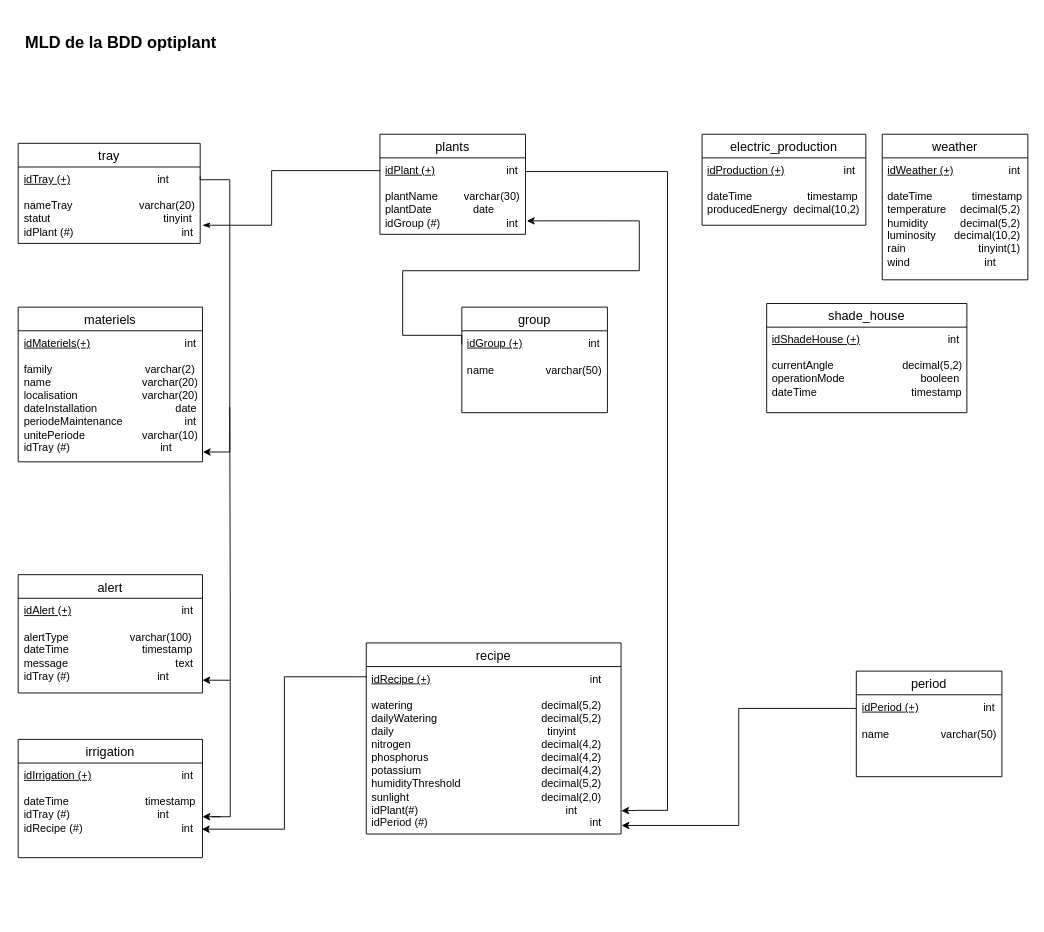
Before: MLD.drawio in SAE601/BDD, a draw.io diagram. Source tidied: cells renumbered, new cells numbered last; positions are measured from the earlier drawing's top-left corner, leaving out a move shared by most shapes. Both pictures are drawn from the tidied source at 91%, with x=0, y=0 at pixel (15, 15).
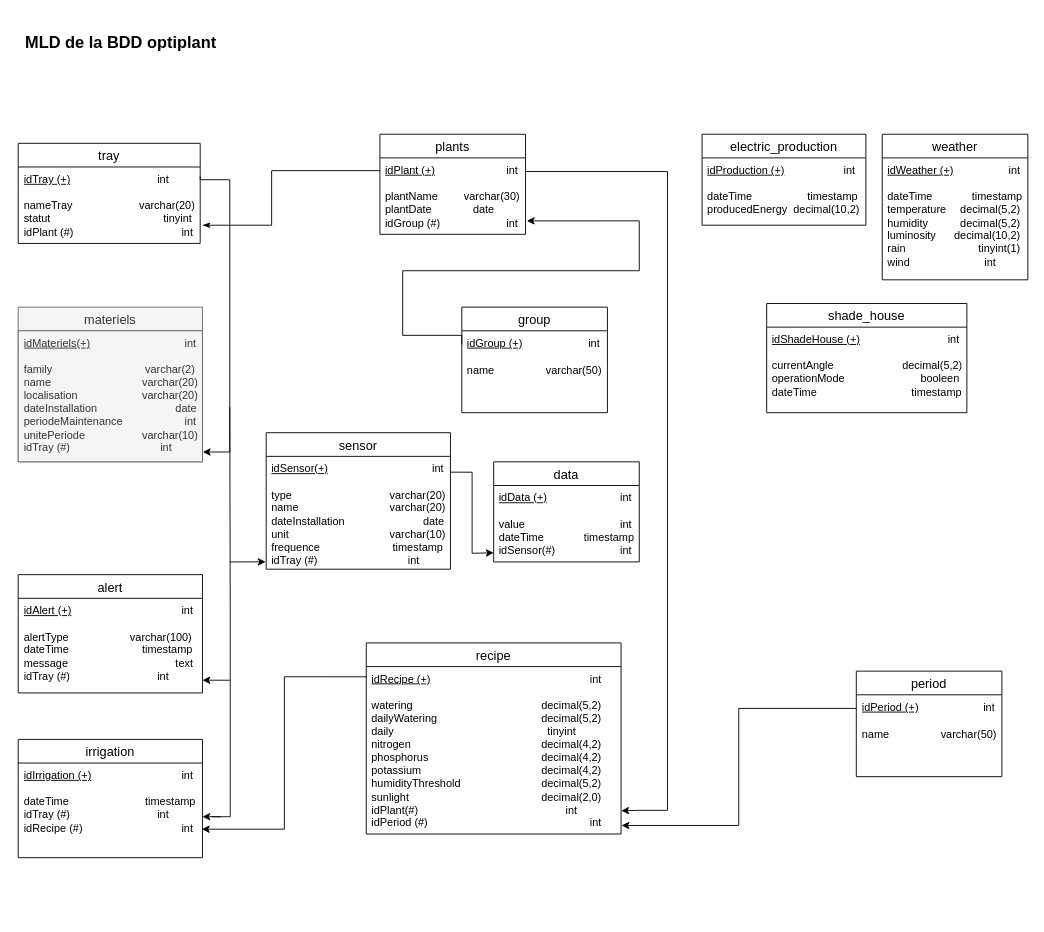
The same diagram, later.

Diff of the diagram source:
```diff
@@
-    <mxCell id="36" value="materiels" style="swimlane;fontStyle=0;horizontal=1;startSize=26;align=center;fontSize=14;" parent="1" vertex="1">
+    <mxCell id="36" value="materiels" style="swimlane;fontStyle=0;horizontal=1;startSize=26;align=center;fontSize=14;fillColor=#f5f5f5;strokeColor=#666666;fontColor=#333333;" parent="1" vertex="1">
       <mxGeometry x="2.5" y="320" width="202.5" height="170" as="geometry" />
     </mxCell>
-    <mxCell id="37" value="&lt;div&gt;&lt;u&gt;idMateriels(+)&lt;/u&gt;&lt;span style=&quot;white-space: pre;&quot;&gt;&#9;&lt;/span&gt;&lt;span style=&quot;white-space: pre;&quot;&gt;&#9;&lt;/span&gt;&lt;span style=&quot;white-space: pre;&quot;&gt;&#9;&lt;/span&gt;&lt;span style=&quot;white-space: pre;&quot;&gt;&#9;&lt;/span&gt;&amp;nbsp;&amp;nbsp;&amp;nbsp;&amp;nbsp; int&lt;/div&gt;&lt;div&gt;&lt;br&gt;&lt;/div&gt;&lt;div&gt;family&lt;span style=&quot;white-space: pre;&quot;&gt;&#9;&lt;/span&gt;&lt;span style=&quot;white-space: pre;&quot;&gt;&#9;&lt;/span&gt;&lt;span style=&quot;white-space: pre;&quot;&gt;&#9;&lt;/span&gt;&amp;nbsp;&amp;nbsp;&amp;nbsp;&amp;nbsp;&amp;nbsp;&amp;nbsp;&amp;nbsp; varchar(2)&lt;/div&gt;&lt;div&gt;name&lt;span style=&quot;white-space: pre;&quot;&gt;&#9;&lt;/span&gt;&lt;span style=&quot;white-space: pre;&quot;&gt;&#9;&lt;/span&gt;&lt;span style=&quot;white-space: pre;&quot;&gt;&#9;&lt;/span&gt;&amp;nbsp;&amp;nbsp;&amp;nbsp;&amp;nbsp;&amp;nbsp;&amp;nbsp; varchar(20)&lt;br&gt;&lt;/div&gt;&lt;div&gt;localisation &lt;span style=&quot;white-space: pre;&quot;&gt;&#9;&lt;/span&gt;&lt;span style=&quot;white-space: pre;&quot;&gt;&#9;&lt;/span&gt;&amp;nbsp;&amp;nbsp;&amp;nbsp;&amp;nbsp;&amp;nbsp;&amp;nbsp; varchar(20)&lt;/div&gt;&lt;div&gt;dateInstallation&lt;span style=&quot;white-space: pre;&quot;&gt;&#9;&lt;/span&gt;&lt;span style=&quot;white-space: pre;&quot;&gt;&#9;&lt;/span&gt;&lt;span style=&quot;white-space: pre;&quot;&gt;&#9;  &lt;/span&gt;date&lt;/div&gt;&lt;div&gt;periodeMaintenance&lt;span style=&quot;white-space: pre;&quot;&gt;&#9;&lt;/span&gt;&lt;span style=&quot;white-space: pre;&quot;&gt;&#9;&lt;/span&gt;&amp;nbsp;&amp;nbsp;&amp;nbsp;&amp;nbsp; int&lt;/div&gt;&lt;div&gt;unitePeriode&lt;span style=&quot;white-space: pre;&quot;&gt;&#9;&lt;/span&gt;&lt;span style=&quot;white-space: pre;&quot;&gt;&#9;&lt;/span&gt;&amp;nbsp;&amp;nbsp;&amp;nbsp;&amp;nbsp;&amp;nbsp;&amp;nbsp; varchar(10)&lt;br&gt;&lt;/div&gt;&lt;div&gt;idTray (#)&lt;span style=&quot;white-space: pre;&quot;&gt;&#9;&lt;/span&gt;&lt;span style=&quot;white-space: pre;&quot;&gt;&#9;&lt;/span&gt;&lt;span style=&quot;white-space: pre;&quot;&gt;&#9;&lt;/span&gt;&lt;span style=&quot;white-space: pre;&quot;&gt;&#9;&lt;/span&gt;&amp;nbsp;&amp;nbsp;&amp;nbsp;&amp;nbsp; int&lt;br&gt;&lt;/div&gt;" style="text;strokeColor=none;fillColor=none;spacingLeft=4;spacingRight=4;overflow=hidden;points=[[0,0.5],[1,0.5]];portConstraint=eastwest;fontSize=12;whiteSpace=wrap;html=1;" parent="36" vertex="1">
+    <mxCell id="37" value="&lt;div&gt;&lt;u&gt;idMateriels(+)&lt;/u&gt;&lt;span style=&quot;white-space: pre;&quot;&gt;&#9;&lt;/span&gt;&lt;span style=&quot;white-space: pre;&quot;&gt;&#9;&lt;/span&gt;&lt;span style=&quot;white-space: pre;&quot;&gt;&#9;&lt;/span&gt;&lt;span style=&quot;white-space: pre;&quot;&gt;&#9;&lt;/span&gt;&amp;nbsp;&amp;nbsp;&amp;nbsp;&amp;nbsp; int&lt;/div&gt;&lt;div&gt;&lt;br&gt;&lt;/div&gt;&lt;div&gt;family&lt;span style=&quot;white-space: pre;&quot;&gt;&#9;&lt;/span&gt;&lt;span style=&quot;white-space: pre;&quot;&gt;&#9;&lt;/span&gt;&lt;span style=&quot;white-space: pre;&quot;&gt;&#9;&lt;/span&gt;&amp;nbsp;&amp;nbsp;&amp;nbsp;&amp;nbsp;&amp;nbsp;&amp;nbsp;&amp;nbsp; varchar(2)&lt;/div&gt;&lt;div&gt;name&lt;span style=&quot;white-space: pre;&quot;&gt;&#9;&lt;/span&gt;&lt;span style=&quot;white-space: pre;&quot;&gt;&#9;&lt;/span&gt;&lt;span style=&quot;white-space: pre;&quot;&gt;&#9;&lt;/span&gt;&amp;nbsp;&amp;nbsp;&amp;nbsp;&amp;nbsp;&amp;nbsp;&amp;nbsp; varchar(20)&lt;br&gt;&lt;/div&gt;&lt;div&gt;localisation &lt;span style=&quot;white-space: pre;&quot;&gt;&#9;&lt;/span&gt;&lt;span style=&quot;white-space: pre;&quot;&gt;&#9;&lt;/span&gt;&amp;nbsp;&amp;nbsp;&amp;nbsp;&amp;nbsp;&amp;nbsp;&amp;nbsp; varchar(20)&lt;/div&gt;&lt;div&gt;dateInstallation&lt;span style=&quot;white-space: pre;&quot;&gt;&#9;&lt;/span&gt;&lt;span style=&quot;white-space: pre;&quot;&gt;&#9;&lt;/span&gt;&lt;span style=&quot;white-space: pre;&quot;&gt;&#9;  &lt;/span&gt;date&lt;/div&gt;&lt;div&gt;periodeMaintenance&lt;span style=&quot;white-space: pre;&quot;&gt;&#9;&lt;/span&gt;&lt;span style=&quot;white-space: pre;&quot;&gt;&#9;&lt;/span&gt;&amp;nbsp;&amp;nbsp;&amp;nbsp;&amp;nbsp; int&lt;/div&gt;&lt;div&gt;unitePeriode&lt;span style=&quot;white-space: pre;&quot;&gt;&#9;&lt;/span&gt;&lt;span style=&quot;white-space: pre;&quot;&gt;&#9;&lt;/span&gt;&amp;nbsp;&amp;nbsp;&amp;nbsp;&amp;nbsp;&amp;nbsp;&amp;nbsp; varchar(10)&lt;br&gt;&lt;/div&gt;&lt;div&gt;idTray (#)&lt;span style=&quot;white-space: pre;&quot;&gt;&#9;&lt;/span&gt;&lt;span style=&quot;white-space: pre;&quot;&gt;&#9;&lt;/span&gt;&lt;span style=&quot;white-space: pre;&quot;&gt;&#9;&lt;/span&gt;&lt;span style=&quot;white-space: pre;&quot;&gt;&#9;&lt;/span&gt;&amp;nbsp;&amp;nbsp;&amp;nbsp;&amp;nbsp; int&lt;br&gt;&lt;/div&gt;" style="text;fillColor=#f5f5f5;spacingLeft=4;spacingRight=4;overflow=hidden;points=[[0,0.5],[1,0.5]];portConstraint=eastwest;fontSize=12;whiteSpace=wrap;html=1;strokeColor=#666666;fontColor=#333333;" parent="36" vertex="1">
       <mxGeometry y="26" width="202.5" height="144" as="geometry" />
     </mxCell>
@@
+    <mxCell id="40" value="sensor" style="swimlane;fontStyle=0;horizontal=1;startSize=26;align=center;fontSize=14;" parent="1" vertex="1">
+      <mxGeometry x="275" y="458" width="202.5" height="150" as="geometry" />
+    </mxCell>
+    <mxCell id="41" value="&lt;div&gt;&lt;u&gt;idSensor(+)&lt;/u&gt;&lt;span style=&quot;white-space: pre;&quot;&gt;&#9;&lt;/span&gt;&lt;span style=&quot;white-space: pre;&quot;&gt;&#9;&lt;/span&gt;&lt;span style=&quot;white-space: pre;&quot;&gt;&#9;&lt;/span&gt;&lt;span style=&quot;white-space: pre;&quot;&gt;&#9;&lt;/span&gt;&amp;nbsp;&amp;nbsp;&amp;nbsp;&amp;nbsp; int&lt;/div&gt;&lt;div&gt;&lt;br&gt;&lt;/div&gt;&lt;div&gt;type&lt;span style=&quot;white-space: pre;&quot;&gt;&#9;&lt;/span&gt;&lt;span style=&quot;white-space: pre;&quot;&gt;&#9;&lt;/span&gt;&lt;span style=&quot;white-space: pre;&quot;&gt;&#9;&lt;/span&gt;&lt;span style=&quot;white-space: pre;&quot;&gt;&#9;&lt;/span&gt;&amp;nbsp;&amp;nbsp;&amp;nbsp;&amp;nbsp;&amp;nbsp;&amp;nbsp; varchar(20)&lt;/div&gt;&lt;div&gt;name&lt;span style=&quot;white-space: pre;&quot;&gt;&#9;&lt;/span&gt;&lt;span style=&quot;white-space: pre;&quot;&gt;&#9;&lt;/span&gt;&lt;span style=&quot;white-space: pre;&quot;&gt;&#9;&lt;/span&gt;&amp;nbsp;&amp;nbsp;&amp;nbsp;&amp;nbsp;&amp;nbsp;&amp;nbsp; varchar(20)&lt;br&gt;&lt;/div&gt;&lt;div&gt;dateInstallation&lt;span style=&quot;white-space: pre;&quot;&gt;&#9;&lt;/span&gt;&lt;span style=&quot;white-space: pre;&quot;&gt;&#9;&lt;/span&gt;&lt;span style=&quot;white-space: pre;&quot;&gt;&#9;  &lt;/span&gt;date&lt;/div&gt;&lt;div&gt;unit&lt;span style=&quot;white-space: pre;&quot;&gt;&#9;&lt;/span&gt;&lt;span style=&quot;white-space: pre;&quot;&gt;&#9;&lt;/span&gt;&lt;span style=&quot;white-space: pre;&quot;&gt;&#9;&lt;/span&gt;&lt;span style=&quot;white-space: pre;&quot;&gt;&#9;&lt;/span&gt;&amp;nbsp;&amp;nbsp;&amp;nbsp;&amp;nbsp;&amp;nbsp;&amp;nbsp; varchar(10)&lt;/div&gt;&lt;div&gt;frequence&lt;span style=&quot;white-space: pre;&quot;&gt;&#9;&lt;/span&gt;&lt;span style=&quot;white-space: pre;&quot;&gt;&#9;&lt;/span&gt;&lt;span style=&quot;white-space: pre;&quot;&gt;&#9;&lt;/span&gt;timestamp &lt;br&gt;&lt;/div&gt;&lt;div&gt;idTray (#)&lt;span style=&quot;white-space: pre;&quot;&gt;&#9;&lt;/span&gt;&lt;span style=&quot;white-space: pre;&quot;&gt;&#9;&lt;/span&gt;&lt;span style=&quot;white-space: pre;&quot;&gt;&#9;&lt;/span&gt;&lt;span style=&quot;white-space: pre;&quot;&gt;&#9;&lt;/span&gt;&amp;nbsp;&amp;nbsp;&amp;nbsp;&amp;nbsp; int&lt;br&gt;&lt;/div&gt;" style="text;strokeColor=none;fillColor=none;spacingLeft=4;spacingRight=4;overflow=hidden;points=[[0,0.5],[1,0.5]];portConstraint=eastwest;fontSize=12;whiteSpace=wrap;html=1;" parent="40" vertex="1">
+      <mxGeometry y="26" width="202.5" height="124" as="geometry" />
+    </mxCell>
+    <mxCell id="42" style="endArrow=classic;html=1;rounded=0;entryX=-0.003;entryY=0.935;entryDx=0;entryDy=0;entryPerimeter=0;" parent="40" edge="1" target="41">
+      <mxGeometry relative="1" as="geometry">
+        <mxPoint x="-40" y="142" as="sourcePoint" />
+      </mxGeometry>
+    </mxCell>
+    <mxCell id="43" value="data" style="swimlane;fontStyle=0;horizontal=1;startSize=26;align=center;fontSize=14;" parent="1" vertex="1">
+      <mxGeometry x="525" y="490" width="160" height="110" as="geometry" />
+    </mxCell>
+    <mxCell id="44" value="&lt;div&gt;&lt;u&gt;idData (+)&lt;/u&gt;&lt;span style=&quot;white-space: pre;&quot;&gt;&#9;&lt;/span&gt;&lt;span style=&quot;white-space: pre;&quot;&gt;&#9;&lt;/span&gt;&lt;span style=&quot;white-space: pre;&quot;&gt;&#9;&lt;/span&gt;int&lt;/div&gt;&lt;div&gt;&lt;br&gt;&lt;/div&gt;&lt;div&gt;&lt;div&gt;value&lt;span style=&quot;white-space: pre;&quot;&gt;&#9;&lt;/span&gt;&lt;span style=&quot;white-space: pre;&quot;&gt;&#9;&lt;/span&gt;&lt;span style=&quot;white-space: pre;&quot;&gt;&#9;&lt;/span&gt;&lt;span style=&quot;white-space: pre;&quot;&gt;&#9;&lt;/span&gt;int&lt;/div&gt;&lt;div&gt;dateTime &lt;span style=&quot;white-space: pre;&quot;&gt;&#9;&lt;/span&gt;&amp;nbsp;&amp;nbsp;&amp;nbsp; timestamp&lt;/div&gt;idSensor(#)&lt;span style=&quot;white-space: pre;&quot;&gt;&#9;&lt;/span&gt;&lt;span style=&quot;white-space: pre;&quot;&gt;&#9;&lt;/span&gt;&lt;span style=&quot;white-space: pre;&quot;&gt;&#9;&lt;/span&gt;int&lt;/div&gt;&lt;div&gt;&lt;br&gt;&lt;/div&gt;" style="text;strokeColor=none;fillColor=none;spacingLeft=4;spacingRight=4;overflow=hidden;fontSize=12;whiteSpace=wrap;html=1;" parent="43" vertex="1">
+      <mxGeometry y="26" width="160" height="84" as="geometry" />
+    </mxCell>
+    <mxCell id="45" style="edgeStyle=orthogonalEdgeStyle;rounded=0;jettySize=auto;html=1;exitX=1.002;exitY=0.14;exitDx=0;exitDy=0;exitPerimeter=0;" parent="1" edge="1" source="41">
+      <mxGeometry relative="1" as="geometry">
+        <mxPoint x="525" y="590" as="targetPoint" />
+      </mxGeometry>
+    </mxCell>
```
